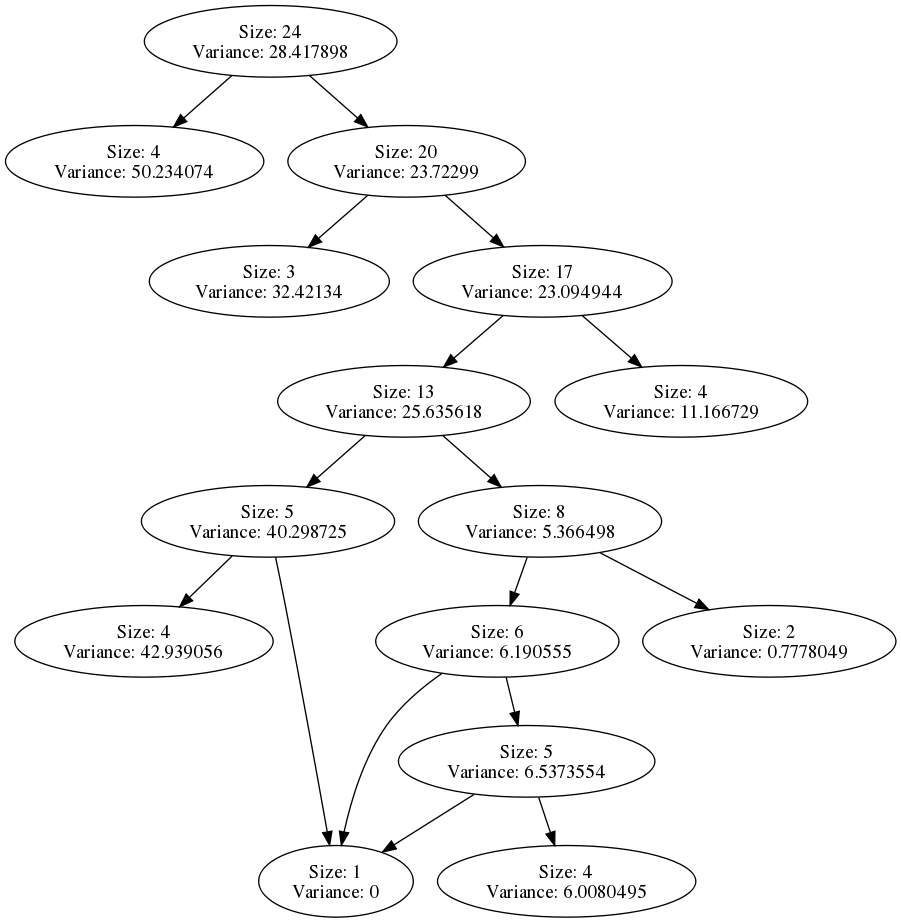
The Graphviz diagram src/dot/ALBRECHT.dot.png in abutcher/compass, before a commit. Its source is kept beside it as src/dot/ALBRECHT.dot.
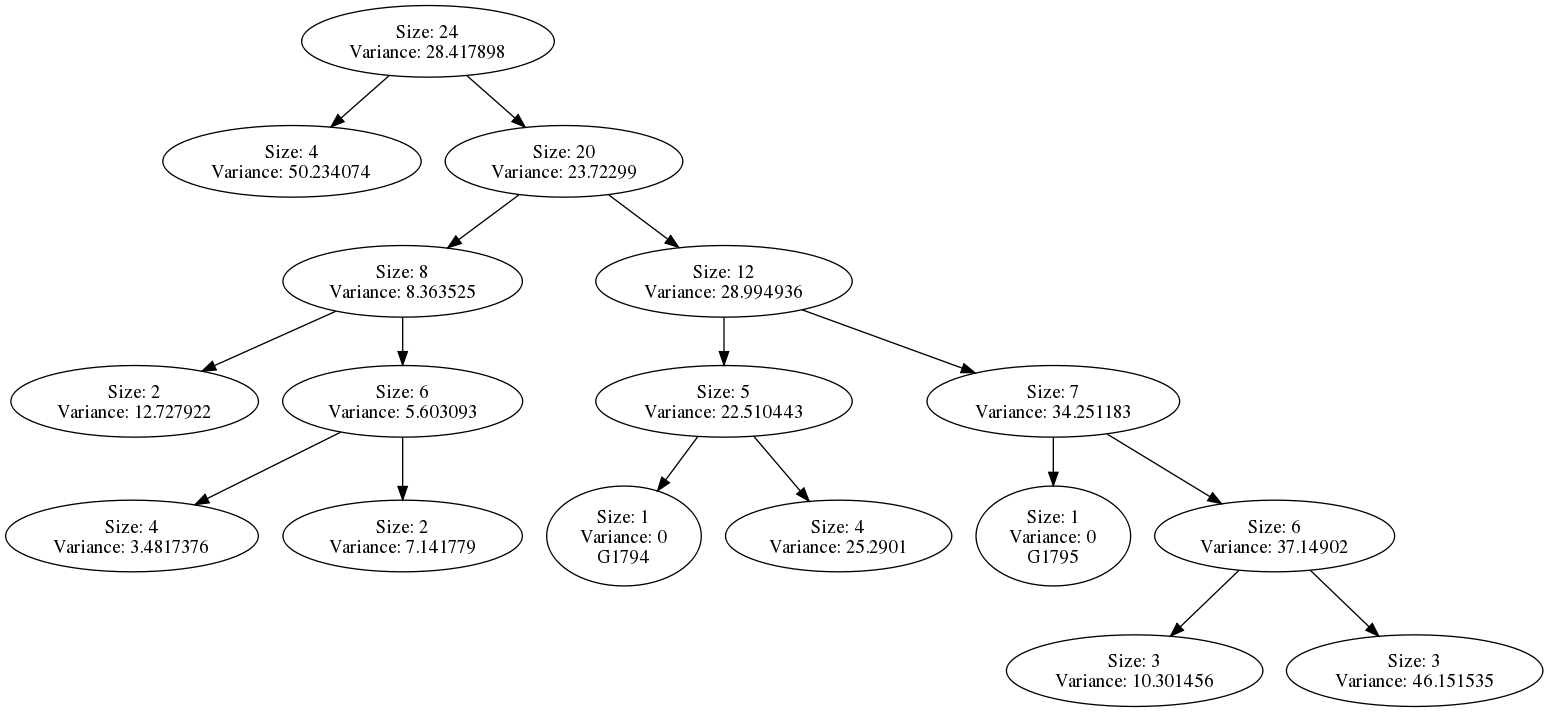
After the change.

What changed in the source:
```diff
@@ -1,18 +1,18 @@
 DIGRAPH G {
 "Size: 24\nVariance: 28.417898" -> "Size: 4\nVariance: 50.234074" L=0;
 "Size: 24\nVariance: 28.417898" -> "Size: 20\nVariance: 23.72299" L=0;
-"Size: 20\nVariance: 23.72299" -> "Size: 3\nVariance: 32.42134" L=1;
-"Size: 20\nVariance: 23.72299" -> "Size: 17\nVariance: 23.094944" L=1;
-"Size: 17\nVariance: 23.094944" -> "Size: 13\nVariance: 25.635618" L=2;
-"Size: 17\nVariance: 23.094944" -> "Size: 4\nVariance: 11.166729" L=2;
-"Size: 13\nVariance: 25.635618" -> "Size: 5\nVariance: 40.298725" L=3;
-"Size: 13\nVariance: 25.635618" -> "Size: 8\nVariance: 5.366498" L=3;
-"Size: 5\nVariance: 40.298725" -> "Size: 4\nVariance: 42.939056" L=4;
-"Size: 5\nVariance: 40.298725" -> "Size: 1\nVariance: 0" L=4;
-"Size: 8\nVariance: 5.366498" -> "Size: 6\nVariance: 6.190555" L=4;
-"Size: 8\nVariance: 5.366498" -> "Size: 2\nVariance: 0.7778049" L=4;
-"Size: 6\nVariance: 6.190555" -> "Size: 5\nVariance: 6.5373554" L=5;
-"Size: 6\nVariance: 6.190555" -> "Size: 1\nVariance: 0" L=5;
-"Size: 5\nVariance: 6.5373554" -> "Size: 1\nVariance: 0" L=6;
-"Size: 5\nVariance: 6.5373554" -> "Size: 4\nVariance: 6.0080495" L=6;
+"Size: 20\nVariance: 23.72299" -> "Size: 8\nVariance: 8.363525" L=1;
+"Size: 20\nVariance: 23.72299" -> "Size: 12\nVariance: 28.994936" L=1;
+"Size: 8\nVariance: 8.363525" -> "Size: 2\nVariance: 12.727922" L=2;
+"Size: 8\nVariance: 8.363525" -> "Size: 6\nVariance: 5.603093" L=2;
+"Size: 6\nVariance: 5.603093" -> "Size: 4\nVariance: 3.4817376" L=3;
+"Size: 6\nVariance: 5.603093" -> "Size: 2\nVariance: 7.141779" L=3;
+"Size: 12\nVariance: 28.994936" -> "Size: 5\nVariance: 22.510443" L=2;
+"Size: 12\nVariance: 28.994936" -> "Size: 7\nVariance: 34.251183" L=2;
+"Size: 5\nVariance: 22.510443" -> "Size: 1\nVariance: 0\nG1794" L=3;
+"Size: 5\nVariance: 22.510443" -> "Size: 4\nVariance: 25.2901" L=3;
+"Size: 7\nVariance: 34.251183" -> "Size: 1\nVariance: 0\nG1795" L=3;
+"Size: 7\nVariance: 34.251183" -> "Size: 6\nVariance: 37.14902" L=3;
+"Size: 6\nVariance: 37.14902" -> "Size: 3\nVariance: 10.301456" L=4;
+"Size: 6\nVariance: 37.14902" -> "Size: 3\nVariance: 46.151535" L=4;
 }
```
